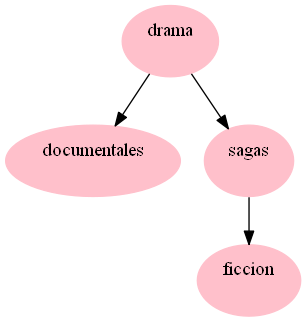
Earlier version of the Graphviz export Proyecto2/avlCategorias.png (AdriGomez95/EDD_1S2020_PY2_201504236). Its source is kept beside it as Proyecto2/avlCategorias.dot.
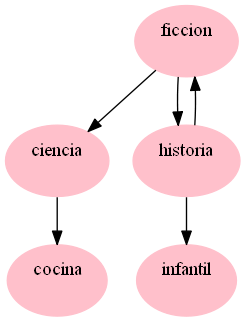
After the commit.

Diff of the diagram source:
```diff
@@ -1,5 +1,7 @@
 digraph G {
-"drama\n "[sides=5,color=pink,style=filled]; "drama\n "->"documentales\n ";
-"drama\n "->"sagas\n ";
-"sagas\n "->"ficcion\n ";
- "documentales\n "[sides=5,color = pink,style=filled];"ficcion\n "[sides=5,color = pink,style=filled]; "sagas\n "[sides=5,color = pink,style=filled];}
+"ficcion\n "[sides=5,color=pink,style=filled]; "ficcion\n "->"ciencia\n ";
+"ficcion\n "->"historia\n ";
+"ciencia\n "->"cocina\n ";
+"historia\n "->"ficcion\n ";
+"historia\n "->"infantil\n ";
+ "ciencia\n "[sides=5,color = pink,style=filled];"ficcion\n "[sides=5,color = pink,style=filled]; "historia\n "[sides=5,color = pink,style=filled];"cocina\n "[sides=5,color = pink,style=filled];"infantil\n "[sides=5,color = pink,style=filled];}
```
